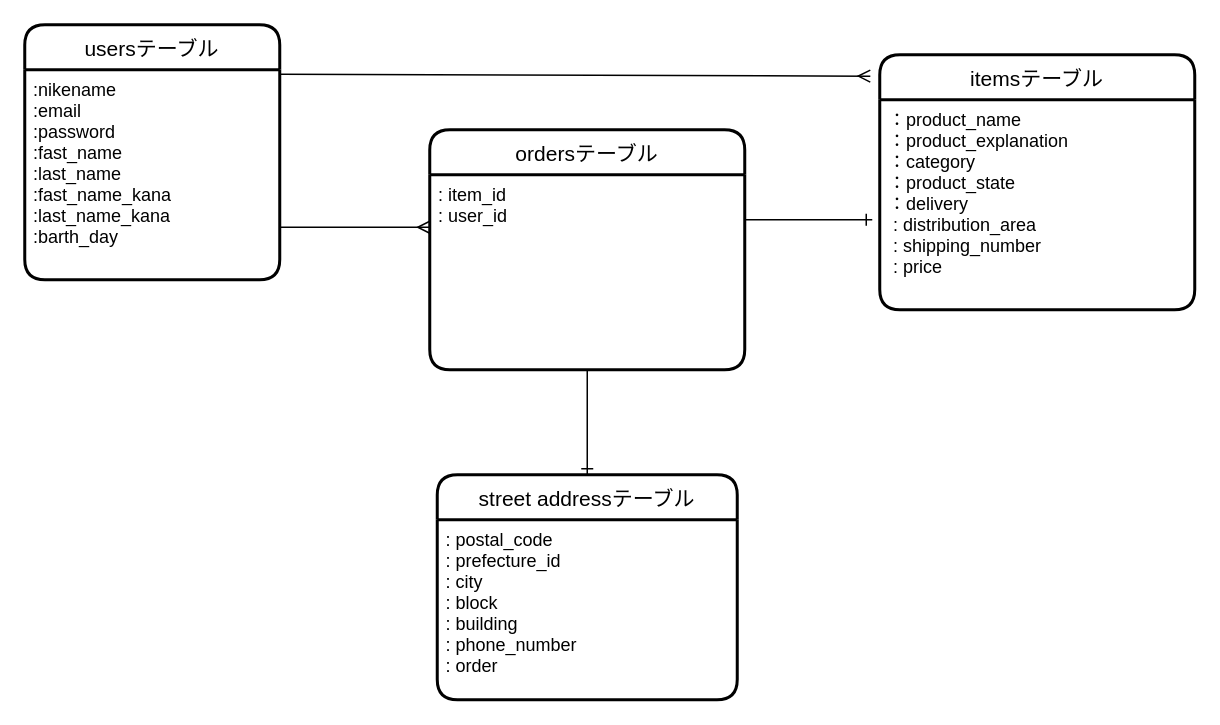
The draw.io diagram t.t.dio in takuya-takemasa/furima-32649, before the edit. Source tidied: cells renumbered, new cells numbered last; positions are measured from the earlier drawing's top-left corner, leaving out a move shared by most shapes. Both pictures are drawn from the tidied source at 150%, with x=0, y=0 at pixel (24, 24).
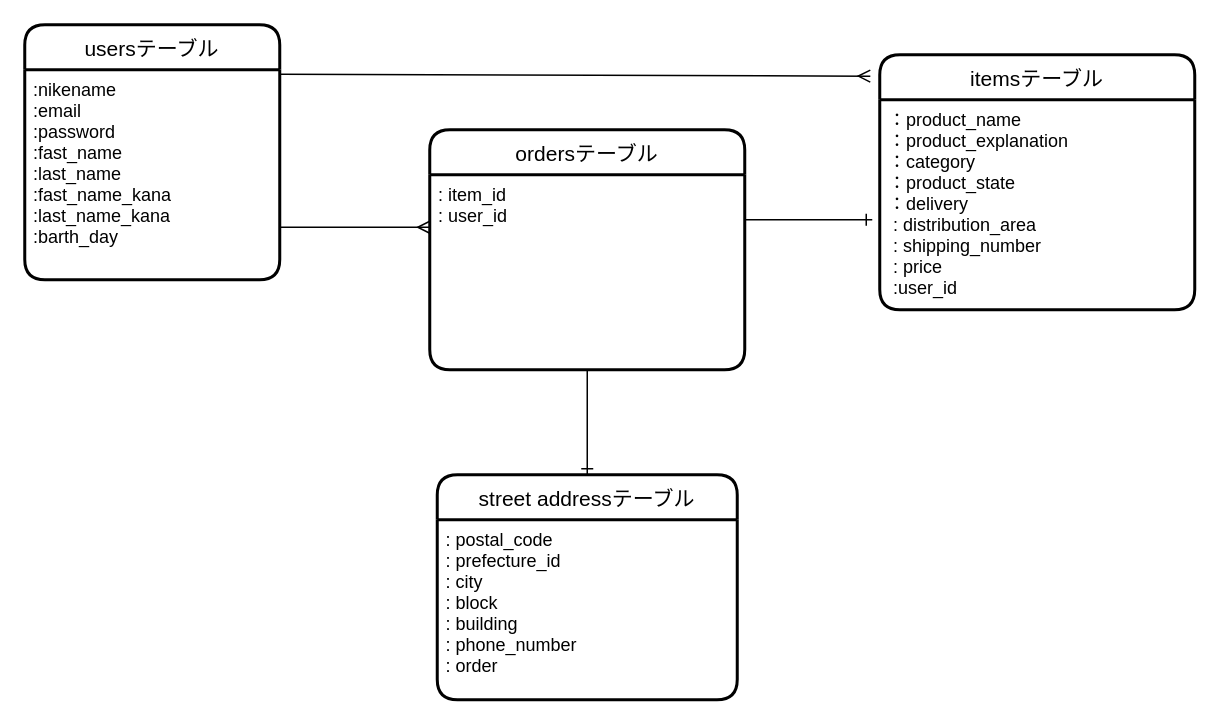
After the change.

Commit message (it also covers changes not shown here):
データベース設計３回目

What changed in the source:
```diff
@@
 <mxGraphModel>
   <root>
     <mxCell id="0" />
     <mxCell id="1" parent="0" />
     <mxCell id="2" value="usersテーブル" style="swimlane;horizontal=1;startSize=30;rounded=1;fontSize=14;fontStyle=0;strokeWidth=2;shadow=0;dashed=0;align=center;" parent="1" vertex="1">
       <mxGeometry width="170" height="170" as="geometry" />
     </mxCell>
     <mxCell id="3" value=":nikename&#10;:email&#10;:password&#10;:fast_name&#10;:last_name&#10;:fast_name_kana&#10;:last_name_kana&#10;:barth_day&#10;" style="align=left;strokeColor=none;fillColor=none;spacingLeft=4;fontSize=12;verticalAlign=top;" parent="2" vertex="1">
       <mxGeometry y="30" width="170" height="140" as="geometry" />
     </mxCell>
     <mxCell id="4" value="itemsテーブル" style="swimlane;horizontal=1;startSize=30;rounded=1;fontSize=14;fontStyle=0;strokeWidth=2;shadow=0;dashed=0;align=center;" parent="1" vertex="1">
       <mxGeometry x="570" y="20" width="210" height="170" as="geometry" />
     </mxCell>
-    <mxCell id="5" value="：product_name&#10;：product_explanation&#10;：category&#10;：product_state&#10;：delivery&#10; : distribution_area&#10; : shipping_number&#10; : price" style="align=left;strokeColor=none;fillColor=none;spacingLeft=4;fontSize=12;verticalAlign=top;" parent="4" vertex="1">
+    <mxCell id="5" value="：product_name&#10;：product_explanation&#10;：category&#10;：product_state&#10;：delivery&#10; : distribution_area&#10; : shipping_number&#10; : price&#10; :user_id" style="align=left;strokeColor=none;fillColor=none;spacingLeft=4;fontSize=12;verticalAlign=top;" parent="4" vertex="1">
       <mxGeometry y="30" width="210" height="140" as="geometry" />
     </mxCell>
     <mxCell id="6" value="street addressテーブル" style="swimlane;horizontal=1;startSize=30;rounded=1;fontSize=14;fontStyle=0;strokeWidth=2;shadow=0;dashed=0;align=center;" parent="1" vertex="1">
       <mxGeometry x="275" y="300" width="200" height="150" as="geometry" />
     </mxCell>
     <mxCell id="7" value=": postal_code&#10;: prefecture_id &#10;: city&#10;: block&#10;: building &#10;: phone_number&#10;: order&#10;" style="align=left;strokeColor=none;fillColor=none;spacingLeft=4;fontSize=12;verticalAlign=top;" parent="6" vertex="1">
       <mxGeometry y="30" width="200" height="120" as="geometry" />
     </mxCell>
     <mxCell id="8" style="edgeStyle=none;rounded=0;jettySize=auto;html=1;entryX=-0.03;entryY=0.084;entryDx=0;entryDy=0;entryPerimeter=0;endArrow=ERmany;endFill=0;" parent="1" edge="1" target="4">
       <mxGeometry relative="1" as="geometry">
         <mxPoint x="170" y="33" as="sourcePoint" />
       </mxGeometry>
     </mxCell>
     <mxCell id="9" value="ordersテーブル" style="swimlane;horizontal=1;startSize=30;rounded=1;fontSize=14;fontStyle=0;strokeWidth=2;shadow=0;dashed=0;align=center;" parent="1" vertex="1">
       <mxGeometry x="270" y="70" width="210" height="160" as="geometry" />
     </mxCell>
     <mxCell id="10" value=": item_id&#10;: user_id &#10;" style="align=left;strokeColor=none;fillColor=none;spacingLeft=4;fontSize=12;verticalAlign=top;" parent="9" vertex="1">
       <mxGeometry y="30" width="210" height="120" as="geometry" />
     </mxCell>
     <mxCell id="11" value="&#10;" style="align=left;strokeColor=none;fillColor=none;spacingLeft=4;fontSize=12;verticalAlign=top;" parent="9" vertex="1">
       <mxGeometry y="150" width="210" height="10" as="geometry" />
     </mxCell>
     <mxCell id="12" style="edgeStyle=none;rounded=0;jettySize=auto;html=1;exitX=1;exitY=0.75;exitDx=0;exitDy=0;endArrow=ERmany;endFill=0;" parent="1" edge="1" source="3">
       <mxGeometry relative="1" as="geometry">
         <mxPoint x="270" y="135" as="targetPoint" />
       </mxGeometry>
     </mxCell>
     <mxCell id="13" style="edgeStyle=none;rounded=0;jettySize=auto;html=1;exitX=0.5;exitY=1;exitDx=0;exitDy=0;entryX=0.5;entryY=0;entryDx=0;entryDy=0;endArrow=ERone;endFill=0;" parent="1" edge="1" source="11" target="6">
       <mxGeometry relative="1" as="geometry" />
     </mxCell>
     <mxCell id="14" style="edgeStyle=none;rounded=0;jettySize=auto;html=1;exitX=1;exitY=0.25;exitDx=0;exitDy=0;endArrow=ERone;endFill=0;" parent="1" edge="1" source="10">
       <mxGeometry relative="1" as="geometry">
         <mxPoint x="565" y="130" as="targetPoint" />
       </mxGeometry>
     </mxCell>
   </root>
 </mxGraphModel>
```
